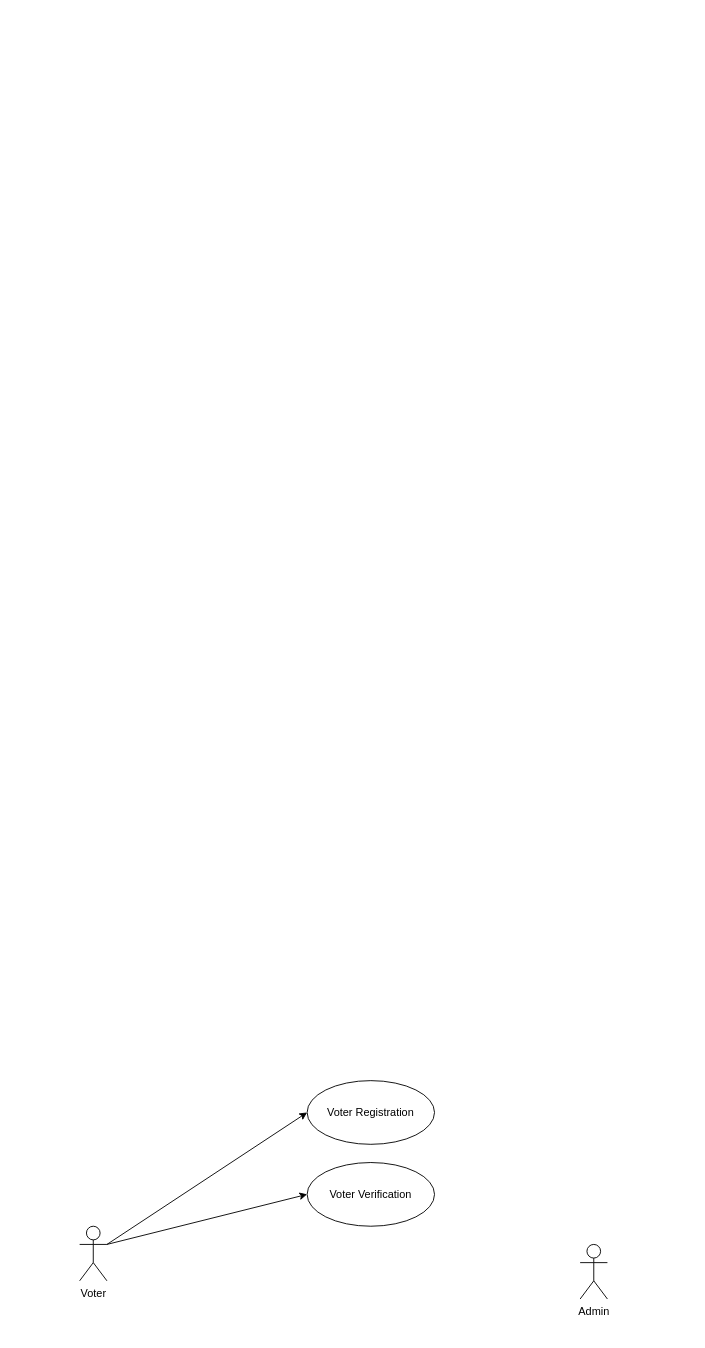
Earlier version of the draw.io diagram seUML.drawio (mbtions/drawioDiagrams). Source tidied: cells renumbered, new cells numbered last; positions are measured from the earlier drawing's top-left corner, leaving out a move shared by most shapes. Both pictures are drawn from the tidied source at 91%, with x=0, y=0 at pixel (79, 1080).
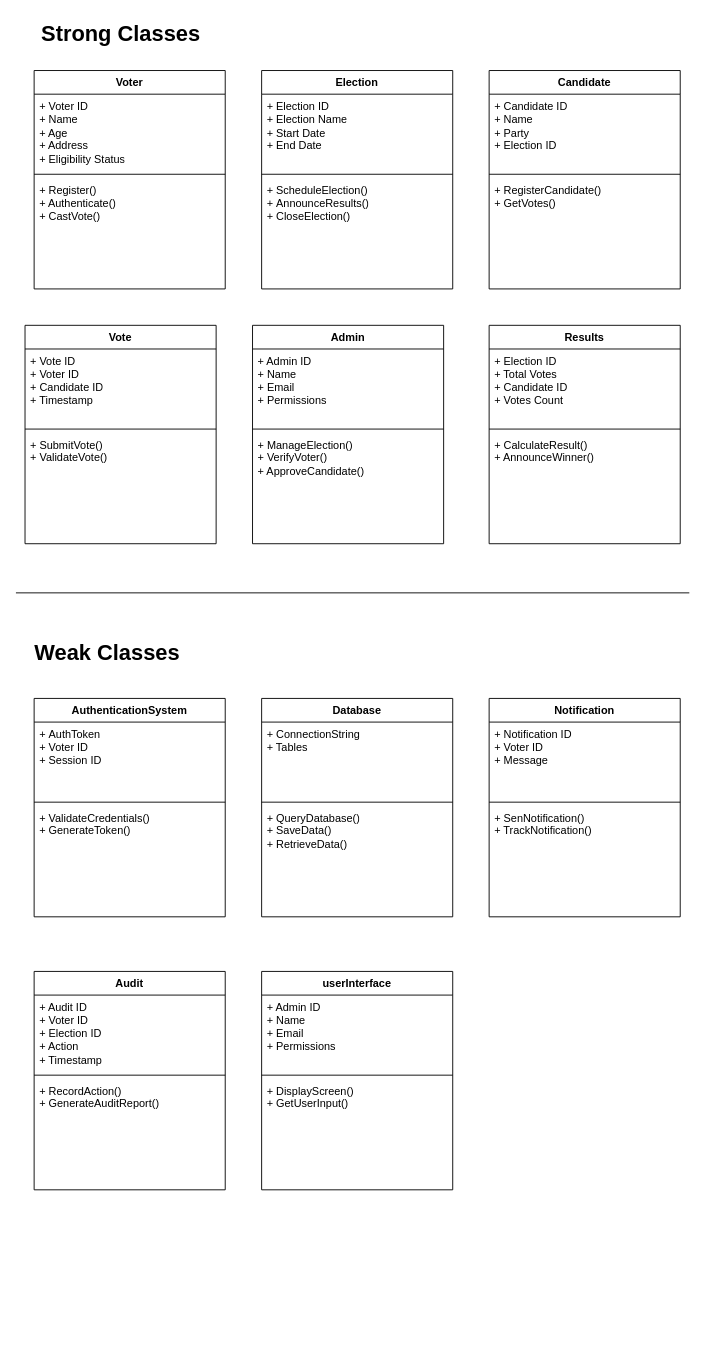
The same page after the edit.

Diff of the diagram source:
```diff
@@
-    <mxCell id="2" style="rounded=0;jettySize=auto;html=1;exitX=1;exitY=0.3333333333333333;exitDx=0;exitDy=0;exitPerimeter=0;entryX=0;entryY=0.5;entryDx=0;entryDy=0;" parent="1" edge="1" source="4" target="5">
-      <mxGeometry relative="1" as="geometry" />
-    </mxCell>
-    <mxCell id="3" style="rounded=0;jettySize=auto;html=1;exitX=1;exitY=0.3333333333333333;exitDx=0;exitDy=0;exitPerimeter=0;entryX=0;entryY=0.5;entryDx=0;entryDy=0;" parent="1" edge="1" source="4" target="7">
-      <mxGeometry relative="1" as="geometry" />
-    </mxCell>
-    <mxCell id="4" value="Voter" style="shape=umlActor;verticalLabelPosition=bottom;verticalAlign=top;html=1;" parent="1" vertex="1">
-      <mxGeometry y="160" width="30" height="60" as="geometry" />
+    <mxCell id="4" value="Voter" style="swimlane;fontStyle=1;align=center;verticalAlign=top;horizontal=1;startSize=26;whiteSpace=wrap;html=1;" parent="1" vertex="1">
+      <mxGeometry x="-50" y="-1110" width="210" height="240" as="geometry" />
     </mxCell>
-    <mxCell id="5" value="Voter Registration" style="ellipse;whiteSpace=wrap;html=1;" parent="1" vertex="1">
-      <mxGeometry x="250" width="140" height="70" as="geometry" />
-    </mxCell>
+    <mxCell id="8" value="+ Voter ID&lt;br&gt;&lt;div&gt;&lt;span style=&quot;background-color: initial;&quot;&gt;+ &lt;/span&gt;Name&lt;/div&gt;&lt;div&gt;&lt;span style=&quot;background-color: initial;&quot;&gt;+ &lt;/span&gt;Age&lt;/div&gt;&lt;div&gt;&lt;span style=&quot;background-color: initial;&quot;&gt;+ &lt;/span&gt;Address&lt;/div&gt;&lt;div&gt;&lt;span style=&quot;background-color: initial;&quot;&gt;+ E&lt;/span&gt;ligibility Status&lt;/div&gt;" style="text;strokeColor=none;fillColor=none;align=left;verticalAlign=top;spacingLeft=4;spacingRight=4;overflow=hidden;whiteSpace=wrap;html=1;" parent="4" vertex="1">
+      <mxGeometry y="26" width="210" height="84" as="geometry" />
+    </mxCell>
+    <mxCell id="9" style="line;strokeWidth=1;fillColor=none;align=left;verticalAlign=middle;spacingTop=-1;spacingLeft=3;spacingRight=3;labelPosition=right;strokeColor=inherit;" parent="4" vertex="1">
+      <mxGeometry y="110" width="210" height="8" as="geometry" />
+    </mxCell>
+    <mxCell id="10" value="+ Register()&lt;div&gt;+ Authenticate()&lt;br&gt;&lt;/div&gt;&lt;div&gt;+ CastVote()&lt;br&gt;&lt;/div&gt;" style="text;strokeColor=none;fillColor=none;align=left;verticalAlign=top;spacingLeft=4;spacingRight=4;overflow=hidden;whiteSpace=wrap;html=1;" parent="4" vertex="1">
+      <mxGeometry y="118" width="210" height="122" as="geometry" />
+    </mxCell>
+    <mxCell id="11" value="Candidate" style="swimlane;fontStyle=1;align=center;verticalAlign=top;horizontal=1;startSize=26;whiteSpace=wrap;html=1;" parent="1" vertex="1">
+      <mxGeometry x="450" y="-1110" width="210" height="240" as="geometry" />
+    </mxCell>
+    <mxCell id="12" value="+ Candidate ID&lt;br&gt;&lt;div&gt;&lt;span style=&quot;background-color: initial;&quot;&gt;+&amp;nbsp;&lt;/span&gt;&lt;span style=&quot;background-color: initial;&quot;&gt;Name&lt;/span&gt;&lt;/div&gt;&lt;div&gt;&lt;span style=&quot;background-color: initial;&quot;&gt;+ &lt;/span&gt;&lt;span style=&quot;background-color: initial;&quot;&gt;Party&lt;/span&gt;&lt;/div&gt;&lt;div&gt;&lt;span style=&quot;background-color: initial;&quot;&gt;+ &lt;/span&gt;&lt;span style=&quot;background-color: initial;&quot;&gt;Election ID&lt;/span&gt;&lt;/div&gt;&lt;div&gt;&lt;br&gt;&lt;/div&gt;" style="text;strokeColor=none;fillColor=none;align=left;verticalAlign=top;spacingLeft=4;spacingRight=4;overflow=hidden;whiteSpace=wrap;html=1;" parent="11" vertex="1">
+      <mxGeometry y="26" width="210" height="84" as="geometry" />
+    </mxCell>
+    <mxCell id="13" style="line;strokeWidth=1;fillColor=none;align=left;verticalAlign=middle;spacingTop=-1;spacingLeft=3;spacingRight=3;labelPosition=right;strokeColor=inherit;" parent="11" vertex="1">
+      <mxGeometry y="110" width="210" height="8" as="geometry" />
+    </mxCell>
+    <mxCell id="14" value="+ RegisterCandidate()&lt;div&gt;&lt;span style=&quot;background-color: initial;&quot;&gt;+&amp;nbsp;&lt;/span&gt;&lt;span style=&quot;background-color: initial;&quot;&gt;GetVotes()&lt;/span&gt;&lt;/div&gt;" style="text;strokeColor=none;fillColor=none;align=left;verticalAlign=top;spacingLeft=4;spacingRight=4;overflow=hidden;whiteSpace=wrap;html=1;" parent="11" vertex="1">
+      <mxGeometry y="118" width="210" height="122" as="geometry" />
+    </mxCell>
+    <mxCell id="15" value="Election" style="swimlane;fontStyle=1;align=center;verticalAlign=top;horizontal=1;startSize=26;whiteSpace=wrap;html=1;" parent="1" vertex="1">
+      <mxGeometry x="200" y="-1110" width="210" height="240" as="geometry" />
+    </mxCell>
+    <mxCell id="16" value="+ Election ID&lt;br&gt;&lt;div&gt;&lt;span style=&quot;background-color: initial;&quot;&gt;+&amp;nbsp;&lt;/span&gt;&lt;span style=&quot;background-color: initial;&quot;&gt;Election Name&lt;/span&gt;&lt;/div&gt;&lt;div&gt;&lt;span style=&quot;background-color: initial;&quot;&gt;+ &lt;/span&gt;&lt;span style=&quot;background-color: initial;&quot;&gt;Start Date&lt;/span&gt;&lt;/div&gt;&lt;div&gt;&lt;span style=&quot;background-color: initial;&quot;&gt;+ &lt;/span&gt;&lt;span style=&quot;background-color: initial;&quot;&gt;End Date&lt;/span&gt;&lt;/div&gt;&lt;div&gt;&lt;br&gt;&lt;/div&gt;" style="text;strokeColor=none;fillColor=none;align=left;verticalAlign=top;spacingLeft=4;spacingRight=4;overflow=hidden;whiteSpace=wrap;html=1;" parent="15" vertex="1">
+      <mxGeometry y="26" width="210" height="84" as="geometry" />
+    </mxCell>
+    <mxCell id="17" style="line;strokeWidth=1;fillColor=none;align=left;verticalAlign=middle;spacingTop=-1;spacingLeft=3;spacingRight=3;labelPosition=right;strokeColor=inherit;" parent="15" vertex="1">
+      <mxGeometry y="110" width="210" height="8" as="geometry" />
+    </mxCell>
+    <mxCell id="18" value="&lt;span style=&quot;background-color: initial;&quot;&gt;+ ScheduleElection()&lt;/span&gt;&lt;div&gt;&lt;span style=&quot;background-color: initial;&quot;&gt;+&amp;nbsp;&lt;/span&gt;AnnounceResults()&lt;/div&gt;&lt;div&gt;&lt;span style=&quot;background-color: initial;&quot;&gt;+&amp;nbsp;&lt;/span&gt;&lt;span style=&quot;background-color: initial;&quot;&gt;CloseElection()&lt;/span&gt;&lt;/div&gt;" style="text;strokeColor=none;fillColor=none;align=left;verticalAlign=top;spacingLeft=4;spacingRight=4;overflow=hidden;whiteSpace=wrap;html=1;" parent="15" vertex="1">
+      <mxGeometry y="118" width="210" height="122" as="geometry" />
+    </mxCell>
+    <mxCell id="19" value="Vote" style="swimlane;fontStyle=1;align=center;verticalAlign=top;horizontal=1;startSize=26;whiteSpace=wrap;html=1;" parent="1" vertex="1">
+      <mxGeometry x="-60" y="-830" width="210" height="240" as="geometry" />
+    </mxCell>
+    <mxCell id="20" value="+ Vote ID&lt;br&gt;&lt;div&gt;&lt;span style=&quot;background-color: initial;&quot;&gt;+ Voter ID&lt;/span&gt;&lt;/div&gt;&lt;div&gt;&lt;span style=&quot;background-color: initial;&quot;&gt;+ &lt;/span&gt;&lt;span style=&quot;background-color: initial;&quot;&gt;Candidate ID&lt;/span&gt;&lt;/div&gt;&lt;div&gt;&lt;span style=&quot;background-color: initial;&quot;&gt;+ &lt;/span&gt;&lt;span style=&quot;background-color: initial;&quot;&gt;Timestamp&lt;/span&gt;&lt;/div&gt;&lt;div&gt;&lt;br&gt;&lt;/div&gt;" style="text;strokeColor=none;fillColor=none;align=left;verticalAlign=top;spacingLeft=4;spacingRight=4;overflow=hidden;whiteSpace=wrap;html=1;" parent="19" vertex="1">
+      <mxGeometry y="26" width="210" height="84" as="geometry" />
+    </mxCell>
+    <mxCell id="21" style="line;strokeWidth=1;fillColor=none;align=left;verticalAlign=middle;spacingTop=-1;spacingLeft=3;spacingRight=3;labelPosition=right;strokeColor=inherit;" parent="19" vertex="1">
+      <mxGeometry y="110" width="210" height="8" as="geometry" />
+    </mxCell>
+    <mxCell id="22" value="+ SubmitVote()&lt;div&gt;&lt;span style=&quot;background-color: initial;&quot;&gt;+ &lt;/span&gt;&lt;span style=&quot;background-color: initial;&quot;&gt;ValidateVote()&lt;/span&gt;&lt;/div&gt;" style="text;strokeColor=none;fillColor=none;align=left;verticalAlign=top;spacingLeft=4;spacingRight=4;overflow=hidden;whiteSpace=wrap;html=1;" parent="19" vertex="1">
+      <mxGeometry y="118" width="210" height="122" as="geometry" />
+    </mxCell>
-    <mxCell id="6" value="Admin&lt;div&gt;&lt;br&gt;&lt;/div&gt;" style="shape=umlActor;verticalLabelPosition=bottom;verticalAlign=top;html=1;" parent="1" vertex="1">
-      <mxGeometry x="550" y="180" width="30" height="60" as="geometry" />
+    <mxCell id="6" value="Admin" style="swimlane;fontStyle=1;align=center;verticalAlign=top;horizontal=1;startSize=26;whiteSpace=wrap;html=1;" parent="1" vertex="1">
+      <mxGeometry x="190" y="-830" width="210" height="240" as="geometry" />
     </mxCell>
-    <mxCell id="7" value="Voter Verification" style="ellipse;whiteSpace=wrap;html=1;" parent="1" vertex="1">
-      <mxGeometry x="250" y="90" width="140" height="70" as="geometry" />
-    </mxCell>
+    <mxCell id="23" value="+ Admin ID&lt;br&gt;&lt;div&gt;&lt;span style=&quot;background-color: initial;&quot;&gt;+&amp;nbsp;&lt;/span&gt;&lt;span style=&quot;background-color: initial;&quot;&gt;Name&lt;/span&gt;&lt;/div&gt;&lt;div&gt;&lt;span style=&quot;background-color: initial;&quot;&gt;+&amp;nbsp;&lt;/span&gt;&lt;span style=&quot;background-color: initial;&quot;&gt;Email&lt;/span&gt;&lt;/div&gt;&lt;div&gt;&lt;span style=&quot;background-color: initial;&quot;&gt;+ &lt;/span&gt;&lt;span style=&quot;background-color: initial;&quot;&gt;Permissions&lt;/span&gt;&lt;/div&gt;&lt;div&gt;&lt;br&gt;&lt;/div&gt;" style="text;strokeColor=none;fillColor=none;align=left;verticalAlign=top;spacingLeft=4;spacingRight=4;overflow=hidden;whiteSpace=wrap;html=1;" parent="6" vertex="1">
+      <mxGeometry y="26" width="210" height="84" as="geometry" />
+    </mxCell>
+    <mxCell id="24" style="line;strokeWidth=1;fillColor=none;align=left;verticalAlign=middle;spacingTop=-1;spacingLeft=3;spacingRight=3;labelPosition=right;strokeColor=inherit;" parent="6" vertex="1">
+      <mxGeometry y="110" width="210" height="8" as="geometry" />
+    </mxCell>
+    <mxCell id="25" value="+ ManageElection()&lt;div&gt;&lt;span style=&quot;background-color: initial;&quot;&gt;+ &lt;/span&gt;&lt;span style=&quot;background-color: initial;&quot;&gt;VerifyVoter()&lt;/span&gt;&lt;/div&gt;&lt;div&gt;&lt;span style=&quot;background-color: initial;&quot;&gt;+ &lt;/span&gt;&lt;span style=&quot;background-color: initial;&quot;&gt;ApproveCandidate()&lt;/span&gt;&lt;/div&gt;" style="text;strokeColor=none;fillColor=none;align=left;verticalAlign=top;spacingLeft=4;spacingRight=4;overflow=hidden;whiteSpace=wrap;html=1;" parent="6" vertex="1">
+      <mxGeometry y="118" width="210" height="122" as="geometry" />
+    </mxCell>
+    <mxCell id="26" value="Results" style="swimlane;fontStyle=1;align=center;verticalAlign=top;horizontal=1;startSize=26;whiteSpace=wrap;html=1;" parent="1" vertex="1">
+      <mxGeometry x="450" y="-830" width="210" height="240" as="geometry" />
+    </mxCell>
+    <mxCell id="27" value="+ Election ID&lt;br&gt;&lt;div&gt;&lt;span style=&quot;background-color: initial;&quot;&gt;+ &lt;/span&gt;&lt;span style=&quot;background-color: initial;&quot;&gt;Total Votes&lt;/span&gt;&lt;/div&gt;&lt;div&gt;&lt;span style=&quot;background-color: initial;&quot;&gt;+ &lt;/span&gt;&lt;span style=&quot;background-color: initial;&quot;&gt;Candidate ID&lt;/span&gt;&lt;/div&gt;&lt;div&gt;&lt;span style=&quot;background-color: initial;&quot;&gt;+ &lt;/span&gt;&lt;span style=&quot;background-color: initial;&quot;&gt;Votes Count&lt;/span&gt;&lt;/div&gt;&lt;div&gt;&lt;br&gt;&lt;/div&gt;" style="text;strokeColor=none;fillColor=none;align=left;verticalAlign=top;spacingLeft=4;spacingRight=4;overflow=hidden;whiteSpace=wrap;html=1;" parent="26" vertex="1">
+      <mxGeometry y="26" width="210" height="84" as="geometry" />
+    </mxCell>
+    <mxCell id="28" style="line;strokeWidth=1;fillColor=none;align=left;verticalAlign=middle;spacingTop=-1;spacingLeft=3;spacingRight=3;labelPosition=right;strokeColor=inherit;" parent="26" vertex="1">
+      <mxGeometry y="110" width="210" height="8" as="geometry" />
+    </mxCell>
+    <mxCell id="29" value="+ CalculateResult()&lt;div&gt;&lt;span style=&quot;background-color: initial;&quot;&gt;+ &lt;/span&gt;&lt;span style=&quot;background-color: initial;&quot;&gt;AnnounceWinner()&lt;/span&gt;&lt;/div&gt;" style="text;strokeColor=none;fillColor=none;align=left;verticalAlign=top;spacingLeft=4;spacingRight=4;overflow=hidden;whiteSpace=wrap;html=1;" parent="26" vertex="1">
+      <mxGeometry y="118" width="210" height="122" as="geometry" />
+    </mxCell>
+    <mxCell id="30" style="line;strokeWidth=1;fillColor=none;align=left;verticalAlign=middle;spacingTop=-1;spacingLeft=3;spacingRight=3;labelPosition=right;strokeColor=inherit;" parent="1" vertex="1">
+      <mxGeometry x="-70" y="-540" width="740" height="8" as="geometry" />
+    </mxCell>
+    <mxCell id="31" value="AuthenticationSystem" style="swimlane;fontStyle=1;align=center;verticalAlign=top;horizontal=1;startSize=26;whiteSpace=wrap;html=1;" parent="1" vertex="1">
+      <mxGeometry x="-50" y="-420" width="210" height="240" as="geometry" />
+    </mxCell>
+    <mxCell id="32" value="+&amp;nbsp;AuthToken&lt;div&gt;+ Voter ID&lt;br&gt;&lt;div&gt;&lt;span style=&quot;background-color: initial;&quot;&gt;+ &lt;/span&gt;Session ID&lt;br&gt;&lt;/div&gt;&lt;/div&gt;" style="text;strokeColor=none;fillColor=none;align=left;verticalAlign=top;spacingLeft=4;spacingRight=4;overflow=hidden;whiteSpace=wrap;html=1;" parent="31" vertex="1">
+      <mxGeometry y="26" width="210" height="84" as="geometry" />
+    </mxCell>
+    <mxCell id="33" style="line;strokeWidth=1;fillColor=none;align=left;verticalAlign=middle;spacingTop=-1;spacingLeft=3;spacingRight=3;labelPosition=right;strokeColor=inherit;" parent="31" vertex="1">
+      <mxGeometry y="110" width="210" height="8" as="geometry" />
+    </mxCell>
+    <mxCell id="34" value="+&amp;nbsp;ValidateCredentials()&lt;div&gt;+&amp;nbsp;&lt;span style=&quot;background-color: initial;&quot;&gt;GenerateToken()&lt;/span&gt;&lt;/div&gt;" style="text;strokeColor=none;fillColor=none;align=left;verticalAlign=top;spacingLeft=4;spacingRight=4;overflow=hidden;whiteSpace=wrap;html=1;" parent="31" vertex="1">
+      <mxGeometry y="118" width="210" height="122" as="geometry" />
+    </mxCell>
+    <mxCell id="35" value="Notification" style="swimlane;fontStyle=1;align=center;verticalAlign=top;horizontal=1;startSize=26;whiteSpace=wrap;html=1;" parent="1" vertex="1">
+      <mxGeometry x="450" y="-420" width="210" height="240" as="geometry" />
+    </mxCell>
+    <mxCell id="36" value="+ Notification ID&lt;br&gt;&lt;div&gt;&lt;span style=&quot;background-color: initial;&quot;&gt;+ Voter ID&lt;/span&gt;&lt;/div&gt;&lt;div&gt;&lt;span style=&quot;background-color: initial;&quot;&gt;+ Message&lt;/span&gt;&lt;/div&gt;&lt;div&gt;&lt;br&gt;&lt;/div&gt;" style="text;strokeColor=none;fillColor=none;align=left;verticalAlign=top;spacingLeft=4;spacingRight=4;overflow=hidden;whiteSpace=wrap;html=1;" parent="35" vertex="1">
+      <mxGeometry y="26" width="210" height="84" as="geometry" />
+    </mxCell>
+    <mxCell id="37" style="line;strokeWidth=1;fillColor=none;align=left;verticalAlign=middle;spacingTop=-1;spacingLeft=3;spacingRight=3;labelPosition=right;strokeColor=inherit;" parent="35" vertex="1">
+      <mxGeometry y="110" width="210" height="8" as="geometry" />
+    </mxCell>
+    <mxCell id="38" value="+ SenNotification()&lt;div&gt;&lt;span style=&quot;background-color: initial;&quot;&gt;+ TrackNotification&lt;/span&gt;&lt;span style=&quot;background-color: initial;&quot;&gt;()&lt;/span&gt;&lt;/div&gt;" style="text;strokeColor=none;fillColor=none;align=left;verticalAlign=top;spacingLeft=4;spacingRight=4;overflow=hidden;whiteSpace=wrap;html=1;" parent="35" vertex="1">
+      <mxGeometry y="118" width="210" height="122" as="geometry" />
+    </mxCell>
+    <mxCell id="39" value="Database" style="swimlane;fontStyle=1;align=center;verticalAlign=top;horizontal=1;startSize=26;whiteSpace=wrap;html=1;" parent="1" vertex="1">
+      <mxGeometry x="200" y="-420" width="210" height="240" as="geometry" />
+    </mxCell>
+    <mxCell id="40" value="+ ConnectionString&lt;div&gt;+ Tables&lt;br&gt;&lt;div&gt;&lt;br&gt;&lt;/div&gt;&lt;/div&gt;" style="text;strokeColor=none;fillColor=none;align=left;verticalAlign=top;spacingLeft=4;spacingRight=4;overflow=hidden;whiteSpace=wrap;html=1;" parent="39" vertex="1">
+      <mxGeometry y="26" width="210" height="84" as="geometry" />
+    </mxCell>
+    <mxCell id="41" style="line;strokeWidth=1;fillColor=none;align=left;verticalAlign=middle;spacingTop=-1;spacingLeft=3;spacingRight=3;labelPosition=right;strokeColor=inherit;" parent="39" vertex="1">
+      <mxGeometry y="110" width="210" height="8" as="geometry" />
+    </mxCell>
+    <mxCell id="42" value="&lt;span style=&quot;background-color: initial;&quot;&gt;+&lt;/span&gt;&amp;nbsp;QueryDatabase()&lt;div&gt;+ SaveData()&amp;nbsp;&lt;div&gt;+ RetrieveData&lt;span style=&quot;background-color: initial;&quot;&gt;()&lt;br&gt;&lt;/span&gt;&lt;/div&gt;&lt;/div&gt;" style="text;strokeColor=none;fillColor=none;align=left;verticalAlign=top;spacingLeft=4;spacingRight=4;overflow=hidden;whiteSpace=wrap;html=1;" parent="39" vertex="1">
+      <mxGeometry y="118" width="210" height="122" as="geometry" />
+    </mxCell>
+    <mxCell id="43" value="Audit" style="swimlane;fontStyle=1;align=center;verticalAlign=top;horizontal=1;startSize=26;whiteSpace=wrap;html=1;" parent="1" vertex="1">
+      <mxGeometry x="-50" y="-120" width="210" height="240" as="geometry" />
+    </mxCell>
+    <mxCell id="44" value="+ Audit ID&lt;div&gt;&lt;div&gt;&lt;span style=&quot;background-color: initial;&quot;&gt;+ Voter ID&lt;/span&gt;&lt;/div&gt;&lt;div&gt;&lt;span style=&quot;background-color: initial;&quot;&gt;+ &lt;/span&gt;&lt;span style=&quot;background-color: initial;&quot;&gt;Election ID&lt;/span&gt;&lt;/div&gt;&lt;div&gt;&lt;span style=&quot;background-color: initial;&quot;&gt;+ Action&lt;/span&gt;&lt;/div&gt;&lt;div&gt;&lt;span style=&quot;background-color: initial;&quot;&gt;+ Timestamp&lt;/span&gt;&lt;/div&gt;&lt;/div&gt;" style="text;strokeColor=none;fillColor=none;align=left;verticalAlign=top;spacingLeft=4;spacingRight=4;overflow=hidden;whiteSpace=wrap;html=1;" parent="43" vertex="1">
+      <mxGeometry y="26" width="210" height="84" as="geometry" />
+    </mxCell>
+    <mxCell id="45" style="line;strokeWidth=1;fillColor=none;align=left;verticalAlign=middle;spacingTop=-1;spacingLeft=3;spacingRight=3;labelPosition=right;strokeColor=inherit;" parent="43" vertex="1">
+      <mxGeometry y="110" width="210" height="8" as="geometry" />
+    </mxCell>
+    <mxCell id="46" value="+ RecordAction()&lt;div&gt;&lt;span style=&quot;background-color: initial;&quot;&gt;+&amp;nbsp;&lt;/span&gt;GenerateAuditReport&lt;span style=&quot;background-color: initial;&quot;&gt;()&lt;/span&gt;&lt;/div&gt;" style="text;strokeColor=none;fillColor=none;align=left;verticalAlign=top;spacingLeft=4;spacingRight=4;overflow=hidden;whiteSpace=wrap;html=1;" parent="43" vertex="1">
+      <mxGeometry y="118" width="210" height="122" as="geometry" />
+    </mxCell>
+    <mxCell id="47" value="userInterface" style="swimlane;fontStyle=1;align=center;verticalAlign=top;horizontal=1;startSize=26;whiteSpace=wrap;html=1;" parent="1" vertex="1">
+      <mxGeometry x="200" y="-120" width="210" height="240" as="geometry" />
+    </mxCell>
+    <mxCell id="48" value="+ Admin ID&lt;br&gt;&lt;div&gt;&lt;span style=&quot;background-color: initial;&quot;&gt;+&amp;nbsp;&lt;/span&gt;&lt;span style=&quot;background-color: initial;&quot;&gt;Name&lt;/span&gt;&lt;/div&gt;&lt;div&gt;&lt;span style=&quot;background-color: initial;&quot;&gt;+&amp;nbsp;&lt;/span&gt;&lt;span style=&quot;background-color: initial;&quot;&gt;Email&lt;/span&gt;&lt;/div&gt;&lt;div&gt;&lt;span style=&quot;background-color: initial;&quot;&gt;+ &lt;/span&gt;&lt;span style=&quot;background-color: initial;&quot;&gt;Permissions&lt;/span&gt;&lt;/div&gt;&lt;div&gt;&lt;br&gt;&lt;/div&gt;" style="text;strokeColor=none;fillColor=none;align=left;verticalAlign=top;spacingLeft=4;spacingRight=4;overflow=hidden;whiteSpace=wrap;html=1;" parent="47" vertex="1">
+      <mxGeometry y="26" width="210" height="84" as="geometry" />
+    </mxCell>
+    <mxCell id="49" style="line;strokeWidth=1;fillColor=none;align=left;verticalAlign=middle;spacingTop=-1;spacingLeft=3;spacingRight=3;labelPosition=right;strokeColor=inherit;" parent="47" vertex="1">
+      <mxGeometry y="110" width="210" height="8" as="geometry" />
+    </mxCell>
+    <mxCell id="50" value="+ DisplayScreen()&lt;div&gt;+ GetUserInput()&lt;/div&gt;" style="text;strokeColor=none;fillColor=none;align=left;verticalAlign=top;spacingLeft=4;spacingRight=4;overflow=hidden;whiteSpace=wrap;html=1;" parent="47" vertex="1">
+      <mxGeometry y="118" width="210" height="122" as="geometry" />
+    </mxCell>
+    <mxCell id="51" value="Weak Classes" style="text;strokeColor=none;fillColor=none;html=1;fontSize=24;fontStyle=1;verticalAlign=middle;align=center;" parent="1" vertex="1">
+      <mxGeometry x="-20" y="-490" width="100" height="40" as="geometry" />
+    </mxCell>
+    <mxCell id="52" value="Strong Classes" style="text;strokeColor=none;fillColor=none;html=1;fontSize=24;fontStyle=1;verticalAlign=middle;align=center;" parent="1" vertex="1">
+      <mxGeometry x="-60" y="-1170" width="210" height="40" as="geometry" />
+    </mxCell>
```
